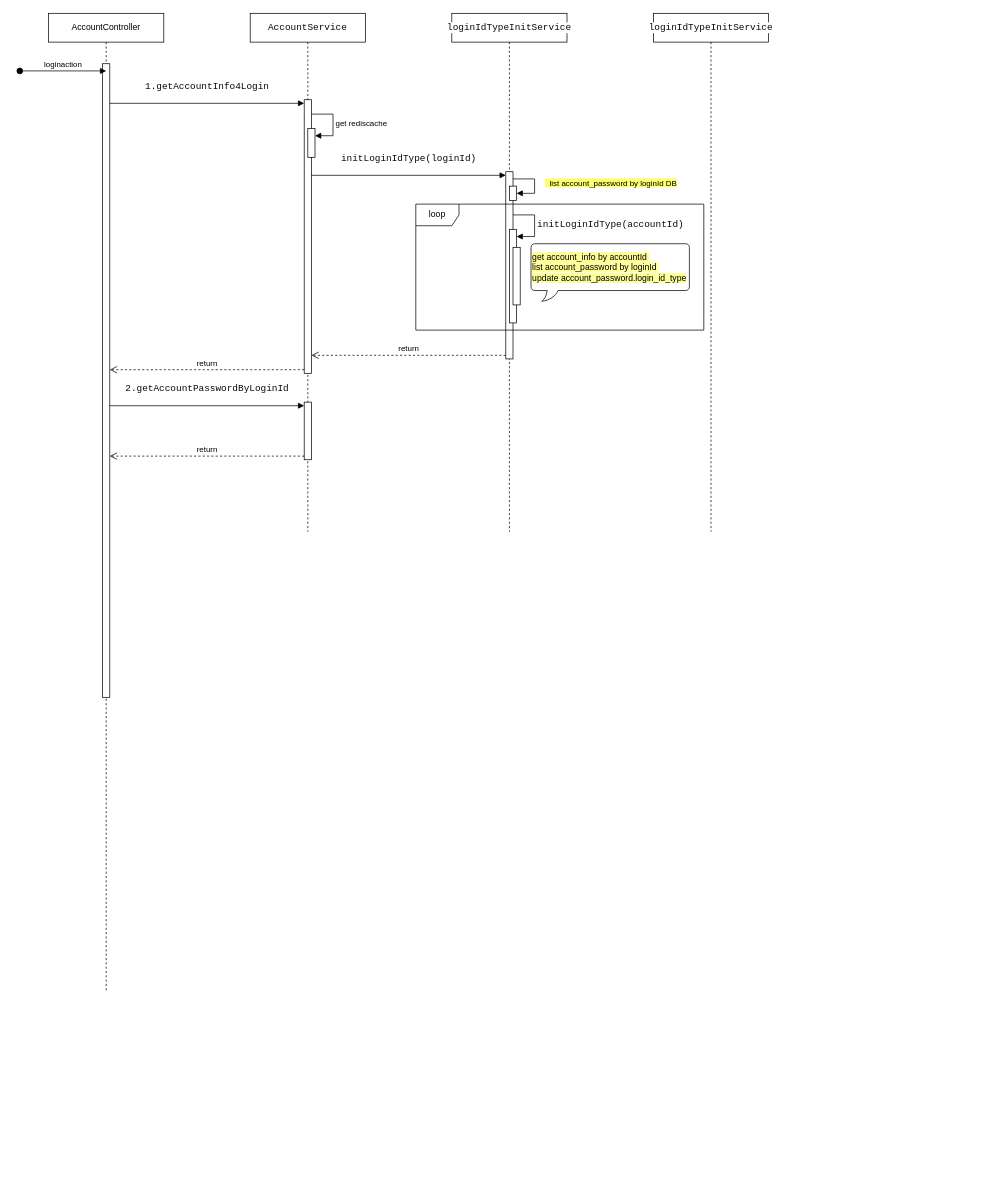
Before: page "第 2 页" (2 of 2) of mfc-auth.drawio in beixiaohai/goose, a draw.io diagram. Source tidied: cells renumbered, new cells numbered last; positions are measured from the earlier drawing's top-left corner, leaving out a move shared by most shapes. Both pictures are drawn from the tidied source at 72%, with x=0, y=0 at pixel (19, 13).
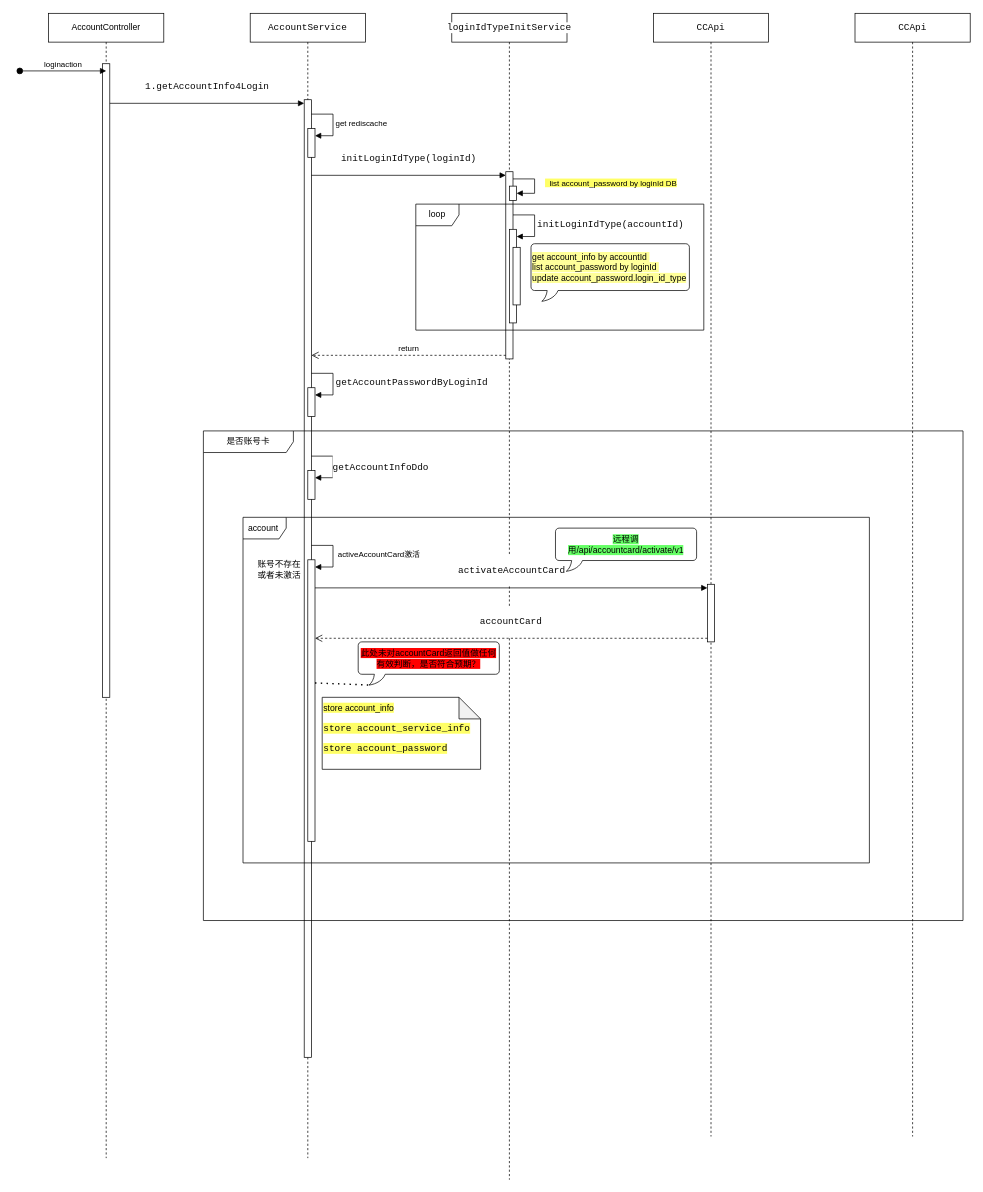
Above is the later version.

The change refers to these unchanged cells:
```xml
<mxCell id="3" style="html=1;points=[[0,0,0,0,5],[0,1,0,0,-5],[1,0,0,0,5],[1,1,0,0,-5]];perimeter=orthogonalPerimeter;outlineConnect=0;targetShapes=umlLifeline;portConstraint=eastwest;newEdgeStyle={&quot;curved&quot;:0,&quot;rounded&quot;:0};" parent="2" vertex="1">
  <mxGeometry x="75" y="70" width="10" height="880" as="geometry" />
</mxCell>
```

What changed in the source:
```diff
@@
     <mxCell id="2" value="AccountController" style="shape=umlLifeline;perimeter=lifelinePerimeter;whiteSpace=wrap;html=1;newEdgeStyle={&quot;curved&quot;:0,&quot;rounded&quot;:0};" parent="1" vertex="1">
-      <mxGeometry x="40" width="160" height="1360" as="geometry" />
+      <mxGeometry x="40" width="160" height="1590" as="geometry" />
     </mxCell>
@@
     <mxCell id="4" value="&lt;pre style=&quot;background-color:#ffffff;color:#080808;font-family:'JetBrains Mono',monospace;font-size:9.8pt;&quot;&gt;AccountService&lt;/pre&gt;" style="shape=umlLifeline;perimeter=lifelinePerimeter;whiteSpace=wrap;html=1;newEdgeStyle={&quot;curved&quot;:0,&quot;rounded&quot;:0};" parent="1" vertex="1">
-      <mxGeometry x="320" width="160" height="720" as="geometry" />
+      <mxGeometry x="320" width="160" height="1590" as="geometry" />
     </mxCell>
     <mxCell id="5" style="html=1;points=[[0,0,0,0,5],[0,1,0,0,-5],[1,0,0,0,5],[1,1,0,0,-5]];perimeter=orthogonalPerimeter;outlineConnect=0;targetShapes=umlLifeline;portConstraint=eastwest;newEdgeStyle={&quot;curved&quot;:0,&quot;rounded&quot;:0};" parent="4" vertex="1">
-      <mxGeometry x="75" y="120" width="10" height="380" as="geometry" />
+      <mxGeometry x="75" y="120" width="10" height="1330" as="geometry" />
     </mxCell>
@@
-    <mxCell id="8" style="html=1;points=[[0,0,0,0,5],[0,1,0,0,-5],[1,0,0,0,5],[1,1,0,0,-5]];perimeter=orthogonalPerimeter;outlineConnect=0;targetShapes=umlLifeline;portConstraint=eastwest;newEdgeStyle={&quot;curved&quot;:0,&quot;rounded&quot;:0};" parent="4" vertex="1">
-      <mxGeometry x="75" y="540" width="10" height="80" as="geometry" />
-    </mxCell>
+    <mxCell id="27" style="html=1;points=[[0,0,0,0,5],[0,1,0,0,-5],[1,0,0,0,5],[1,1,0,0,-5]];perimeter=orthogonalPerimeter;outlineConnect=0;targetShapes=umlLifeline;portConstraint=eastwest;newEdgeStyle={&quot;curved&quot;:0,&quot;rounded&quot;:0};" parent="4" vertex="1">
+      <mxGeometry x="80" y="520" width="10" height="40" as="geometry" />
+    </mxCell>
+    <mxCell id="28" value="&lt;pre style=&quot;color: rgb(8, 8, 8); font-family: &amp;quot;JetBrains Mono&amp;quot;, monospace; font-size: 9.8pt;&quot;&gt;getAccountPasswordByLoginId&lt;/pre&gt;" style="html=1;align=left;spacingLeft=2;endArrow=block;rounded=0;edgeStyle=orthogonalEdgeStyle;curved=0;rounded=0;" parent="4" edge="1" target="27">
+      <mxGeometry relative="1" as="geometry">
+        <mxPoint x="85" y="500" as="sourcePoint" />
+        <Array as="points">
+          <mxPoint x="115" y="530" />
+        </Array>
+      </mxGeometry>
+    </mxCell>
     <mxCell id="9" value="&lt;pre style=&quot;background-color:#ffffff;color:#080808;font-family:'JetBrains Mono',monospace;font-size:9.8pt;&quot;&gt;&lt;pre style=&quot;font-family: &amp;quot;JetBrains Mono&amp;quot;, monospace; font-size: 9.8pt;&quot;&gt;loginIdTypeInitService&lt;/pre&gt;&lt;/pre&gt;" style="shape=umlLifeline;perimeter=lifelinePerimeter;whiteSpace=wrap;html=1;newEdgeStyle={&quot;curved&quot;:0,&quot;rounded&quot;:0};" parent="1" vertex="1">
-      <mxGeometry x="600" width="160" height="720" as="geometry" />
+      <mxGeometry x="600" width="160" height="1620" as="geometry" />
     </mxCell>
@@
-    <mxCell id="18" value="return" style="html=1;verticalAlign=bottom;endArrow=open;dashed=1;endSize=8;curved=0;rounded=0;exitX=0;exitY=1;exitDx=0;exitDy=-5;" parent="1" edge="1" source="5" target="3">
-      <mxGeometry relative="1" as="geometry" />
-    </mxCell>
-    <mxCell id="19" value="&lt;pre style=&quot;background-color:#ffffff;color:#080808;font-family:'JetBrains Mono',monospace;font-size:9.8pt;&quot;&gt;&lt;pre style=&quot;font-family: &amp;quot;JetBrains Mono&amp;quot;, monospace; font-size: 9.8pt;&quot;&gt;loginIdTypeInitService&lt;/pre&gt;&lt;/pre&gt;" style="shape=umlLifeline;perimeter=lifelinePerimeter;whiteSpace=wrap;html=1;newEdgeStyle={&quot;curved&quot;:0,&quot;rounded&quot;:0};" parent="1" vertex="1">
-      <mxGeometry x="880" width="160" height="720" as="geometry" />
+    <mxCell id="19" value="&lt;pre style=&quot;background-color:#ffffff;color:#080808;font-family:'JetBrains Mono',monospace;font-size:9.8pt;&quot;&gt;&lt;pre style=&quot;font-family: &amp;quot;JetBrains Mono&amp;quot;, monospace; font-size: 9.8pt;&quot;&gt;CCApi&lt;/pre&gt;&lt;/pre&gt;" style="shape=umlLifeline;perimeter=lifelinePerimeter;whiteSpace=wrap;html=1;newEdgeStyle={&quot;curved&quot;:0,&quot;rounded&quot;:0};" parent="1" vertex="1">
+      <mxGeometry x="880" width="160" height="1560" as="geometry" />
     </mxCell>
@@
-    <mxCell id="25" value="&lt;pre style=&quot;color: rgb(8, 8, 8); font-family: &amp;quot;JetBrains Mono&amp;quot;, monospace; font-size: 9.8pt;&quot;&gt;2.getAccountPasswordByLoginId&lt;/pre&gt;" style="html=1;verticalAlign=bottom;endArrow=block;curved=0;rounded=0;entryX=0;entryY=0;entryDx=0;entryDy=5;" parent="1" edge="1" source="3" target="8">
-      <mxGeometry relative="1" as="geometry" />
-    </mxCell>
-    <mxCell id="26" value="return" style="html=1;verticalAlign=bottom;endArrow=open;dashed=1;endSize=8;curved=0;rounded=0;exitX=0;exitY=1;exitDx=0;exitDy=-5;" parent="1" edge="1" source="8" target="3">
-      <mxGeometry relative="1" as="geometry" />
-    </mxCell>
+    <mxCell id="29" value="是否账号卡" style="shape=umlFrame;whiteSpace=wrap;html=1;width=125;height=30;" parent="1" vertex="1">
+      <mxGeometry x="255" y="580" width="1055" height="680" as="geometry" />
+    </mxCell>
+    <mxCell id="30" style="html=1;points=[[0,0,0,0,5],[0,1,0,0,-5],[1,0,0,0,5],[1,1,0,0,-5]];perimeter=orthogonalPerimeter;outlineConnect=0;targetShapes=umlLifeline;portConstraint=eastwest;newEdgeStyle={&quot;curved&quot;:0,&quot;rounded&quot;:0};" parent="1" vertex="1">
+      <mxGeometry x="400" y="635" width="10" height="40" as="geometry" />
+    </mxCell>
+    <mxCell id="31" value="&amp;nbsp;" style="html=1;align=left;spacingLeft=2;endArrow=block;rounded=0;edgeStyle=orthogonalEdgeStyle;curved=0;rounded=0;" parent="1" edge="1" target="30">
+      <mxGeometry relative="1" as="geometry">
+        <mxPoint x="405" y="615" as="sourcePoint" />
+        <Array as="points">
+          <mxPoint x="435" y="645" />
+        </Array>
+      </mxGeometry>
+    </mxCell>
+    <mxCell id="32" value="&lt;pre style=&quot;color: rgb(8, 8, 8); font-family: &amp;quot;JetBrains Mono&amp;quot;, monospace; font-size: 9.8pt;&quot;&gt;getAccountInfoDdo&lt;/pre&gt;" style="edgeLabel;html=1;align=center;verticalAlign=middle;" parent="31" vertex="1">
+      <mxGeometry x="0.06" y="-1" relative="1" as="geometry">
+        <mxPoint x="66" as="offset" />
+      </mxGeometry>
+    </mxCell>
+    <mxCell id="33" value="account&amp;nbsp;" style="shape=umlFrame;whiteSpace=wrap;html=1;" parent="1" vertex="1">
+      <mxGeometry x="310" y="700" width="870" height="480" as="geometry" />
+    </mxCell>
+    <mxCell id="34" value="账号不存在&lt;br&gt;或者未激活" style="text;html=1;align=center;verticalAlign=middle;strokeColor=none;fillColor=none;" parent="1" vertex="1">
+      <mxGeometry x="320" y="753" width="80" height="40" as="geometry" />
+    </mxCell>
+    <mxCell id="35" style="html=1;points=[[0,0,0,0,5],[0,1,0,0,-5],[1,0,0,0,5],[1,1,0,0,-5]];perimeter=orthogonalPerimeter;outlineConnect=0;targetShapes=umlLifeline;portConstraint=eastwest;newEdgeStyle={&quot;curved&quot;:0,&quot;rounded&quot;:0};" parent="1" vertex="1">
+      <mxGeometry x="400" y="759" width="10" height="391" as="geometry" />
+    </mxCell>
+    <mxCell id="36" value="&amp;nbsp;activeAccountCard激活" style="html=1;align=left;spacingLeft=2;endArrow=block;rounded=0;edgeStyle=orthogonalEdgeStyle;curved=0;rounded=0;" parent="1" edge="1" target="35">
+      <mxGeometry relative="1" as="geometry">
+        <mxPoint x="405" y="739" as="sourcePoint" />
+        <Array as="points">
+          <mxPoint x="435" y="769" />
+        </Array>
+      </mxGeometry>
+    </mxCell>
+    <mxCell id="37" value="&lt;span style=&quot;background-color: rgb(255, 255, 102);&quot;&gt;store&amp;nbsp;account_info&lt;br&gt;&lt;/span&gt;&lt;pre style=&quot;color: rgb(8, 8, 8); font-family: &amp;quot;JetBrains Mono&amp;quot;, monospace; font-size: 9.8pt;&quot;&gt;&lt;span style=&quot;background-color: rgb(255, 255, 102);&quot;&gt;store account_service_info&lt;/span&gt;&lt;/pre&gt;&lt;pre style=&quot;color: rgb(8, 8, 8); font-family: &amp;quot;JetBrains Mono&amp;quot;, monospace; font-size: 9.8pt;&quot;&gt;&lt;span style=&quot;background-color: rgb(255, 255, 102);&quot;&gt;store account_password&lt;/span&gt;&lt;/pre&gt;" style="shape=note;whiteSpace=wrap;html=1;backgroundOutline=1;darkOpacity=0.05;align=left;" parent="1" vertex="1">
+      <mxGeometry x="420" y="950" width="220" height="100" as="geometry" />
+    </mxCell>
+    <mxCell id="38" value="&lt;pre style=&quot;background-color:#ffffff;color:#080808;font-family:'JetBrains Mono',monospace;font-size:9.8pt;&quot;&gt;&lt;pre style=&quot;font-family: &amp;quot;JetBrains Mono&amp;quot;, monospace; font-size: 9.8pt;&quot;&gt;CCApi&lt;/pre&gt;&lt;/pre&gt;" style="shape=umlLifeline;perimeter=lifelinePerimeter;whiteSpace=wrap;html=1;newEdgeStyle={&quot;curved&quot;:0,&quot;rounded&quot;:0};" parent="1" vertex="1">
+      <mxGeometry x="1160" width="160" height="1560" as="geometry" />
+    </mxCell>
+    <mxCell id="39" style="html=1;points=[[0,0,0,0,5],[0,1,0,0,-5],[1,0,0,0,5],[1,1,0,0,-5]];perimeter=orthogonalPerimeter;outlineConnect=0;targetShapes=umlLifeline;portConstraint=eastwest;newEdgeStyle={&quot;curved&quot;:0,&quot;rounded&quot;:0};" parent="1" vertex="1">
+      <mxGeometry x="955" y="793" width="10" height="80" as="geometry" />
+    </mxCell>
+    <mxCell id="40" value="&lt;pre style=&quot;color: rgb(8, 8, 8); font-family: &amp;quot;JetBrains Mono&amp;quot;, monospace; font-size: 9.8pt;&quot;&gt;activateAccountCard&lt;/pre&gt;" style="html=1;verticalAlign=bottom;endArrow=block;curved=0;rounded=0;entryX=0;entryY=0;entryDx=0;entryDy=5;" parent="1" edge="1" source="35" target="39">
+      <mxGeometry relative="1" as="geometry" />
+    </mxCell>
+    <mxCell id="41" value="&lt;pre style=&quot;color: rgb(8, 8, 8); font-family: &amp;quot;JetBrains Mono&amp;quot;, monospace; font-size: 9.8pt;&quot;&gt;accountCard&lt;/pre&gt;" style="html=1;verticalAlign=bottom;endArrow=open;dashed=1;endSize=8;curved=0;rounded=0;exitX=0;exitY=1;exitDx=0;exitDy=-5;" parent="1" edge="1" source="39" target="35">
+      <mxGeometry relative="1" as="geometry" />
+    </mxCell>
+    <mxCell id="42" value="&lt;span style=&quot;background-color: rgb(102, 255, 102);&quot;&gt;远程调用/api/accountcard/activate/v1&lt;/span&gt;" style="whiteSpace=wrap;html=1;shape=mxgraph.basic.roundRectCallout;dx=30;dy=15;size=5;boundedLbl=1;" parent="1" vertex="1">
+      <mxGeometry x="744" y="715" width="196" height="60" as="geometry" />
+    </mxCell>
+    <mxCell id="43" style="endArrow=none;dashed=1;html=1;dashPattern=1 3;strokeWidth=2;rounded=0;entryX=0;entryY=0;entryDx=15;entryDy=60;entryPerimeter=0;" parent="1" edge="1" target="44">
+      <mxGeometry relative="1" as="geometry">
+        <mxPoint x="410" y="930" as="sourcePoint" />
+      </mxGeometry>
+    </mxCell>
+    <mxCell id="44" value="&lt;span style=&quot;background-color: rgb(255, 0, 0);&quot;&gt;此处未对accountCard返回值做任何有效判断，是否符合预期？&lt;/span&gt;" style="whiteSpace=wrap;html=1;shape=mxgraph.basic.roundRectCallout;dx=30;dy=15;size=5;boundedLbl=1;" parent="1" vertex="1">
+      <mxGeometry x="470" y="873" width="196" height="60" as="geometry" />
+    </mxCell>
```
